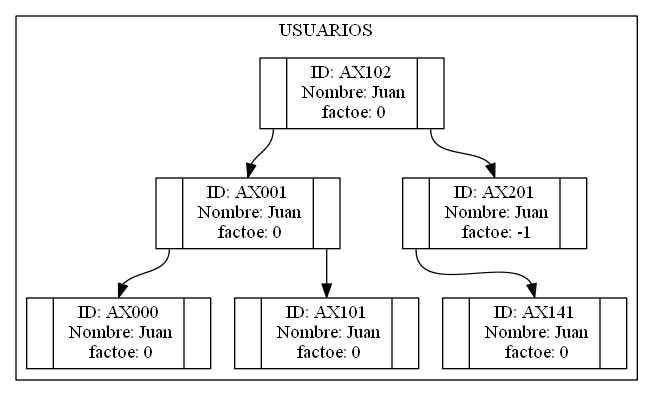
Above: EstP2/arbol.png in Jorsala/Proyecto2_2019 (Graphviz), before the change. Its source is kept beside it as EstP2/arbol.dot. Source of this version:
```dot
digraph G{

	subgraph clusterLOG {

label = "USUARIOS";

nodesep=.05;
node [shape=record,width=.1,height=.1];
AX000[label="<f0>|<f1>ID: AX000\n Nombre: Juan\n factoe: 0|<f2>"];
"AX001":f0->"AX000":f1;AX001[label="<f0>|<f1>ID: AX001\n Nombre: Juan\n factoe: 0|<f2>"];
AX101[label="<f0>|<f1>ID: AX101\n Nombre: Juan\n factoe: 0|<f2>"];
"AX001":f2->"AX101":f1;"AX102":f0->"AX001":f1;AX102[label="<f0>|<f1>ID: AX102\n Nombre: Juan\n factoe: 0|<f2>"];
AX141[label="<f0>|<f1>ID: AX141\n Nombre: Juan\n factoe: 0|<f2>"];
"AX201":f0->"AX141":f1;AX201[label="<f0>|<f1>ID: AX201\n Nombre: Juan\n factoe: -1|<f2>"];
"AX102":f2->"AX201":f1;
	}

}
```
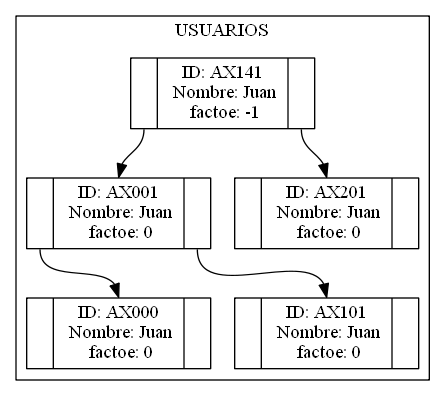
The same file after the commit.

What changed in the source:
```diff
@@ -9,10 +9,9 @@
 AX000[label="<f0>|<f1>ID: AX000\n Nombre: Juan\n factoe: 0|<f2>"];
 "AX001":f0->"AX000":f1;AX001[label="<f0>|<f1>ID: AX001\n Nombre: Juan\n factoe: 0|<f2>"];
 AX101[label="<f0>|<f1>ID: AX101\n Nombre: Juan\n factoe: 0|<f2>"];
-"AX001":f2->"AX101":f1;"AX102":f0->"AX001":f1;AX102[label="<f0>|<f1>ID: AX102\n Nombre: Juan\n factoe: 0|<f2>"];
-AX141[label="<f0>|<f1>ID: AX141\n Nombre: Juan\n factoe: 0|<f2>"];
-"AX201":f0->"AX141":f1;AX201[label="<f0>|<f1>ID: AX201\n Nombre: Juan\n factoe: -1|<f2>"];
-"AX102":f2->"AX201":f1;
+"AX001":f2->"AX101":f1;"AX141":f0->"AX001":f1;AX141[label="<f0>|<f1>ID: AX141\n Nombre: Juan\n factoe: -1|<f2>"];
+AX201[label="<f0>|<f1>ID: AX201\n Nombre: Juan\n factoe: 0|<f2>"];
+"AX141":f2->"AX201":f1;
 	}
 
 }
```
